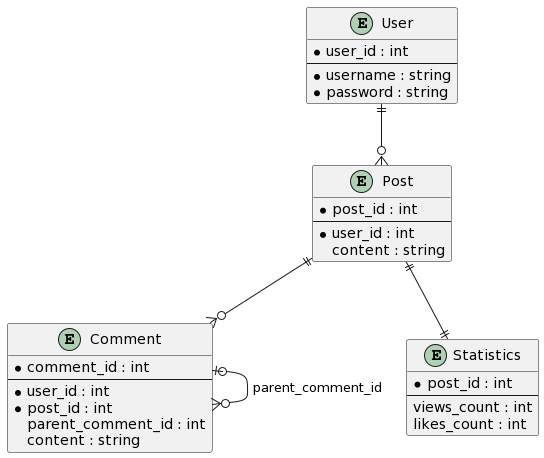
amekhtieva/social-network keeps this PlantUML diagram as doc/entities.png. Above is the earlier version. The source it was exported from:
```plantuml
@startuml
entity "User" as user {
  *user_id : int
  ---
  *username : string
  *password : string
}

entity "Post" as post {
  *post_id : int
  ---
  *user_id : int
  content : string
}

entity "Comment" as comment {
  *comment_id : int
  ---
  *user_id : int
  *post_id : int
  parent_comment_id : int
  content : string
}

entity "Statistics" as stats {
  *post_id : int
  ---
  views_count : int
  likes_count : int
}

user ||--o{ post
post ||--o{ comment
comment |o--o{ comment : parent_comment_id
post ||--|| stats
@enduml
```
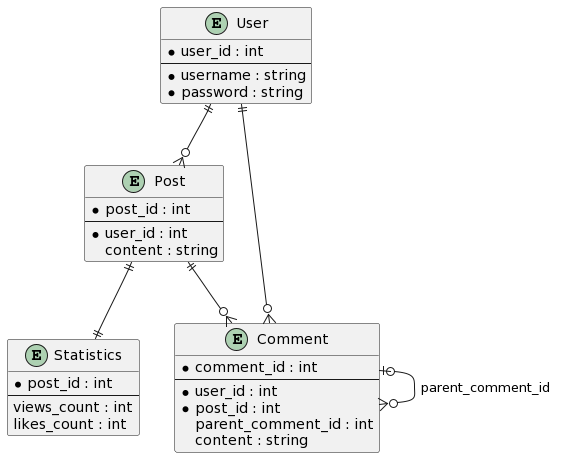
Above is the later version.

Commit message:
Fix entity diagram

What changed in the source:
```diff
@@ -33,4 +33,5 @@
 post ||--o{ comment
 comment |o--o{ comment : parent_comment_id
 post ||--|| stats
+user ||--o{ comment
 @enduml
```
